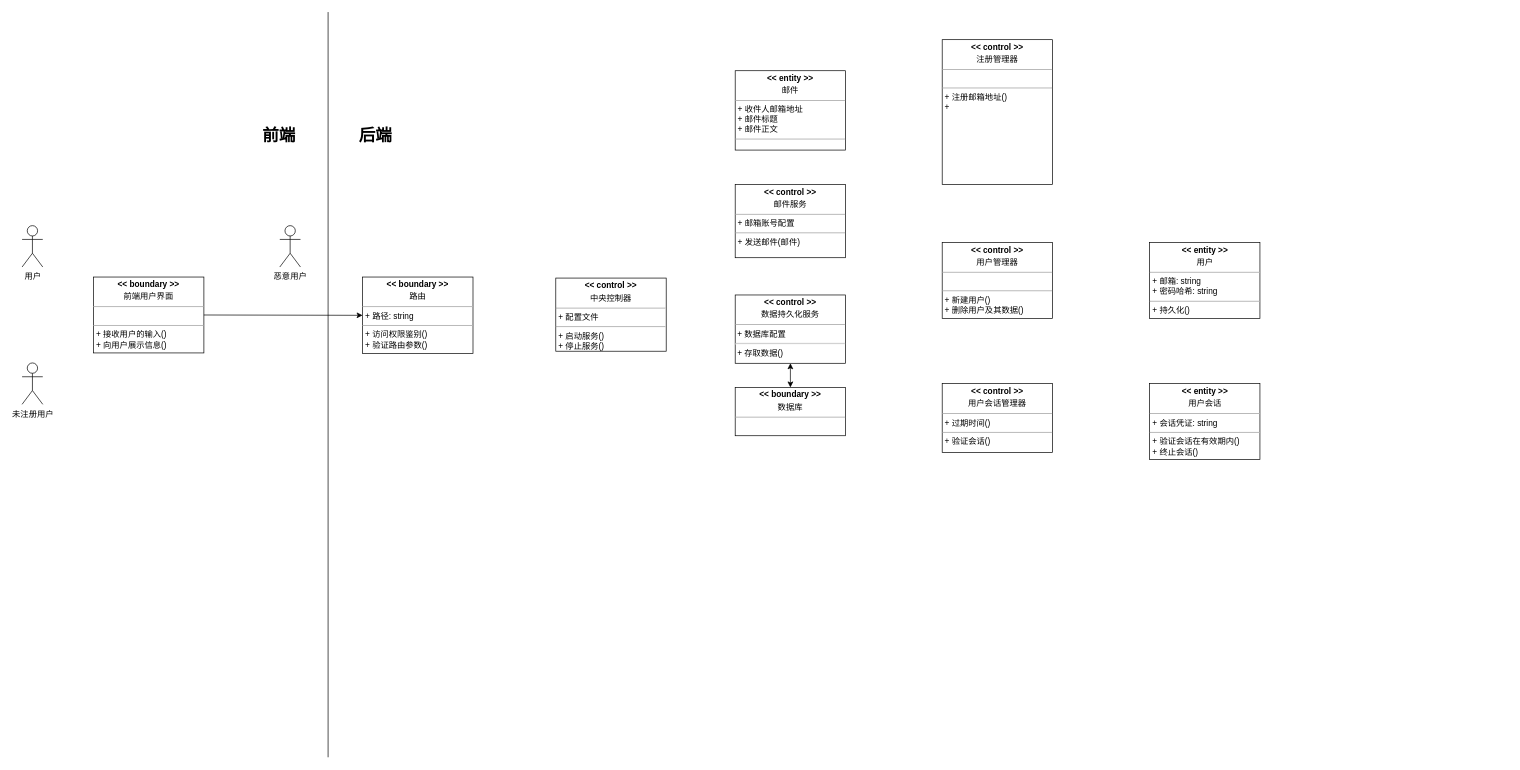
Earlier version of the draw.io diagram page "类图" (3 of 5) of 需求分析文档/UML图.drawio (super-dash/paperstack-design). Source tidied: cells renumbered, new cells numbered last; positions are measured from the earlier drawing's top-left corner, leaving out a move shared by most shapes. Both pictures are drawn from the tidied source at 69%, with x=0, y=0 at pixel (21, 12).
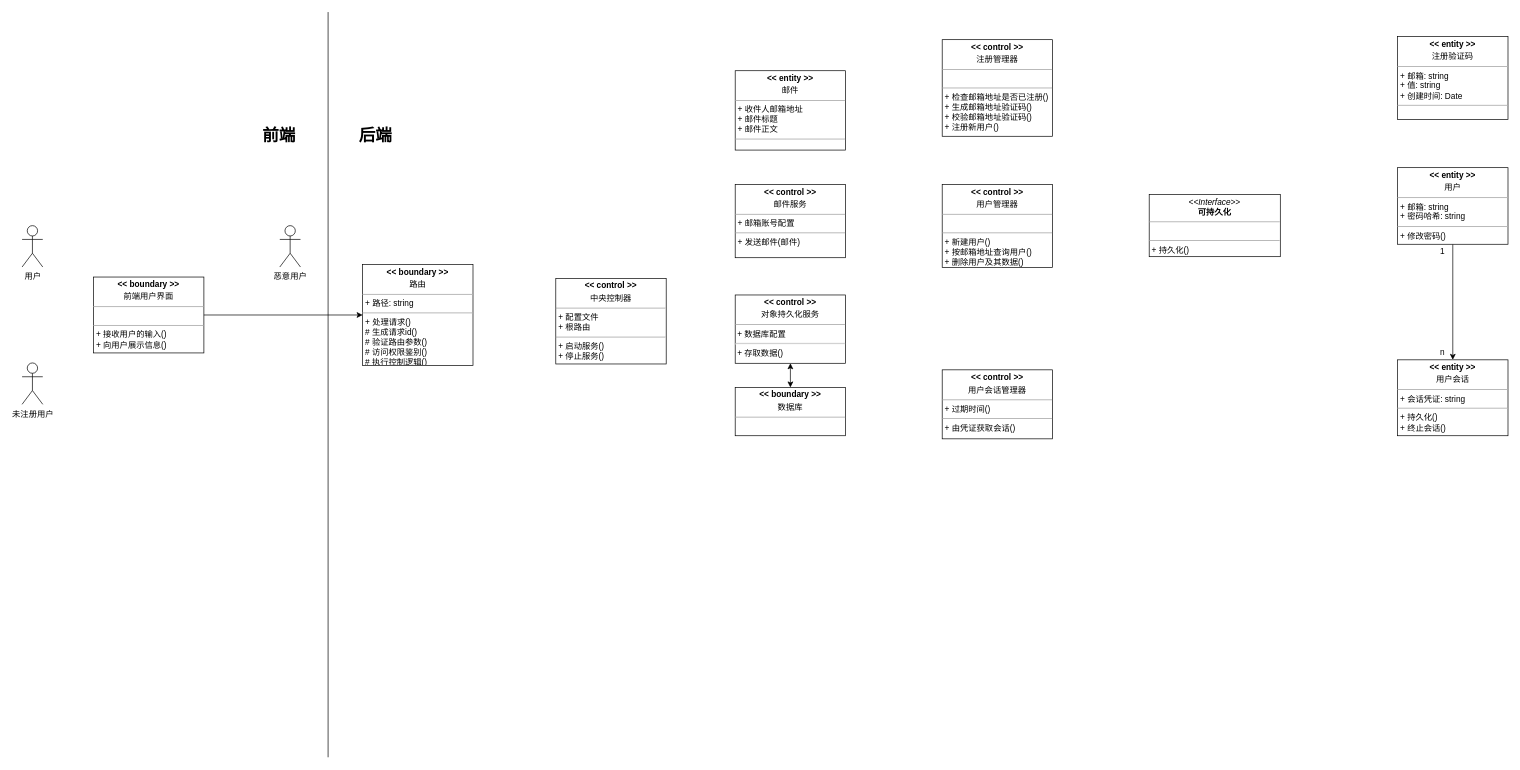
Above is the later version.

Diff of the diagram source:
```diff
@@
+    <mxCell id="22" style="edgeStyle=orthogonalEdgeStyle;rounded=0;jettySize=auto;html=1;exitX=0.5;exitY=1;exitDx=0;exitDy=0;entryX=0.5;entryY=0;entryDx=0;entryDy=0;" parent="1" edge="1" source="2" target="16">
+      <mxGeometry relative="1" as="geometry" />
+    </mxCell>
-    <mxCell id="2" value="&lt;p style=&quot;margin: 0px ; margin-top: 4px ; text-align: center&quot;&gt;&lt;b&gt;&amp;lt;&amp;lt; entity &amp;gt;&amp;gt;&lt;/b&gt;&lt;/p&gt;&lt;p style=&quot;margin: 0px ; margin-top: 4px ; text-align: center&quot;&gt;用户&lt;/p&gt;&lt;hr size=&quot;1&quot;&gt;&lt;p style=&quot;margin: 0px ; margin-left: 4px&quot;&gt;+ 邮箱: string&lt;/p&gt;&lt;p style=&quot;margin: 0px ; margin-left: 4px&quot;&gt;+ 密码哈希: string&lt;/p&gt;&lt;hr size=&quot;1&quot;&gt;&lt;p style=&quot;margin: 0px ; margin-left: 4px&quot;&gt;+ 持久化()&lt;/p&gt;" style="verticalAlign=top;align=left;overflow=fill;fontSize=12;fontFamily=Helvetica;html=1;" parent="1" vertex="1">
-      <mxGeometry x="1634.5" y="334" width="160" height="110" as="geometry" />
+    <mxCell id="2" value="&lt;p style=&quot;margin: 0px ; margin-top: 4px ; text-align: center&quot;&gt;&lt;b&gt;&amp;lt;&amp;lt; entity &amp;gt;&amp;gt;&lt;/b&gt;&lt;/p&gt;&lt;p style=&quot;margin: 0px ; margin-top: 4px ; text-align: center&quot;&gt;用户&lt;/p&gt;&lt;hr size=&quot;1&quot;&gt;&lt;p style=&quot;margin: 0px ; margin-left: 4px&quot;&gt;+ 邮箱: string&lt;/p&gt;&lt;p style=&quot;margin: 0px ; margin-left: 4px&quot;&gt;+ 密码哈希: string&lt;/p&gt;&lt;hr size=&quot;1&quot;&gt;&lt;p style=&quot;margin: 0px ; margin-left: 4px&quot;&gt;&lt;span&gt;+ 修改密码()&lt;/span&gt;&lt;br&gt;&lt;/p&gt;" style="verticalAlign=top;align=left;overflow=fill;fontSize=12;fontFamily=Helvetica;html=1;" parent="1" vertex="1">
+      <mxGeometry x="1994" y="225.5" width="160" height="111" as="geometry" />
     </mxCell>
@@
-    <mxCell id="4" value="&lt;p style=&quot;margin: 0px ; margin-top: 4px ; text-align: center&quot;&gt;&lt;b&gt;&amp;lt;&amp;lt; boundary &amp;gt;&amp;gt;&lt;/b&gt;&lt;/p&gt;&lt;p style=&quot;margin: 0px ; margin-top: 4px ; text-align: center&quot;&gt;路由&lt;/p&gt;&lt;hr size=&quot;1&quot;&gt;&lt;p style=&quot;margin: 0px ; margin-left: 4px&quot;&gt;+ 路径: string&lt;/p&gt;&lt;hr size=&quot;1&quot;&gt;&lt;p style=&quot;margin: 0px ; margin-left: 4px&quot;&gt;&lt;span&gt;+ 访问权限鉴别(&lt;/span&gt;&lt;span&gt;)&lt;/span&gt;&lt;/p&gt;&lt;p style=&quot;margin: 0px ; margin-left: 4px&quot;&gt;&lt;span&gt;+ 验证路由参数()&lt;/span&gt;&lt;/p&gt;" style="verticalAlign=top;align=left;overflow=fill;fontSize=12;fontFamily=Helvetica;html=1;" parent="1" vertex="1">
-      <mxGeometry x="494" y="384" width="160" height="111" as="geometry" />
+    <mxCell id="4" value="&lt;p style=&quot;margin: 0px ; margin-top: 4px ; text-align: center&quot;&gt;&lt;b&gt;&amp;lt;&amp;lt; boundary &amp;gt;&amp;gt;&lt;/b&gt;&lt;/p&gt;&lt;p style=&quot;margin: 0px ; margin-top: 4px ; text-align: center&quot;&gt;路由&lt;/p&gt;&lt;hr size=&quot;1&quot;&gt;&lt;p style=&quot;margin: 0px ; margin-left: 4px&quot;&gt;+ 路径: string&lt;/p&gt;&lt;hr size=&quot;1&quot;&gt;&lt;p style=&quot;margin: 0px ; margin-left: 4px&quot;&gt;+ 处理请求()&lt;span&gt;&lt;br&gt;&lt;/span&gt;&lt;/p&gt;&lt;p style=&quot;margin: 0px ; margin-left: 4px&quot;&gt;&lt;span&gt;# 生成请求id()&lt;/span&gt;&lt;/p&gt;&lt;p style=&quot;margin: 0px ; margin-left: 4px&quot;&gt;# 验证路由参数()&lt;span&gt;&lt;br&gt;&lt;/span&gt;&lt;/p&gt;&lt;p style=&quot;margin: 0px ; margin-left: 4px&quot;&gt;&lt;span&gt;# 访问权限鉴别(&lt;/span&gt;&lt;span&gt;)&lt;/span&gt;&lt;/p&gt;&lt;p style=&quot;margin: 0px ; margin-left: 4px&quot;&gt;# 执行控制逻辑()&lt;/p&gt;" style="verticalAlign=top;align=left;overflow=fill;fontSize=12;fontFamily=Helvetica;html=1;" parent="1" vertex="1">
+      <mxGeometry x="494" y="366" width="160" height="146" as="geometry" />
     </mxCell>
@@
-    <mxCell id="6" value="&lt;p style=&quot;margin: 0px ; margin-top: 4px ; text-align: center&quot;&gt;&lt;b&gt;&amp;lt;&amp;lt; control &amp;gt;&amp;gt;&lt;/b&gt;&lt;/p&gt;&lt;p style=&quot;margin: 0px ; margin-top: 4px ; text-align: center&quot;&gt;数据持久化服务&lt;/p&gt;&lt;hr size=&quot;1&quot;&gt;&amp;nbsp;+ 数据库配置&lt;br&gt;&lt;hr&gt;&amp;nbsp;+ 存取数据()" style="verticalAlign=top;align=left;overflow=fill;fontSize=12;fontFamily=Helvetica;html=1;" parent="1" vertex="1">
+    <mxCell id="6" value="&lt;p style=&quot;margin: 0px ; margin-top: 4px ; text-align: center&quot;&gt;&lt;b&gt;&amp;lt;&amp;lt; control &amp;gt;&amp;gt;&lt;/b&gt;&lt;/p&gt;&lt;p style=&quot;margin: 0px ; margin-top: 4px ; text-align: center&quot;&gt;对象持久化服务&lt;/p&gt;&lt;hr size=&quot;1&quot;&gt;&amp;nbsp;+ 数据库配置&lt;br&gt;&lt;hr&gt;&amp;nbsp;+ 存取数据()" style="verticalAlign=top;align=left;overflow=fill;fontSize=12;fontFamily=Helvetica;html=1;" parent="1" vertex="1">
       <mxGeometry x="1034" y="410" width="160" height="99" as="geometry" />
     </mxCell>
@@
-    <mxCell id="15" value="&lt;p style=&quot;margin: 0px ; margin-top: 4px ; text-align: center&quot;&gt;&lt;b&gt;&amp;lt;&amp;lt; control &amp;gt;&amp;gt;&lt;/b&gt;&lt;/p&gt;&lt;p style=&quot;margin: 0px ; margin-top: 4px ; text-align: center&quot;&gt;中央控制器&lt;/p&gt;&lt;hr size=&quot;1&quot;&gt;&lt;p style=&quot;margin: 0px ; margin-left: 4px&quot;&gt;+ 配置文件&lt;/p&gt;&lt;hr size=&quot;1&quot;&gt;&lt;p style=&quot;margin: 0px ; margin-left: 4px&quot;&gt;+ 启动服务()&lt;/p&gt;&lt;p style=&quot;margin: 0px ; margin-left: 4px&quot;&gt;+ 停止服务()&lt;/p&gt;" style="verticalAlign=top;align=left;overflow=fill;fontSize=12;fontFamily=Helvetica;html=1;" parent="1" vertex="1">
-      <mxGeometry x="774" y="385.5" width="160" height="106" as="geometry" />
+    <mxCell id="15" value="&lt;p style=&quot;margin: 0px ; margin-top: 4px ; text-align: center&quot;&gt;&lt;b&gt;&amp;lt;&amp;lt; control &amp;gt;&amp;gt;&lt;/b&gt;&lt;/p&gt;&lt;p style=&quot;margin: 0px ; margin-top: 4px ; text-align: center&quot;&gt;中央控制器&lt;/p&gt;&lt;hr size=&quot;1&quot;&gt;&lt;p style=&quot;margin: 0px ; margin-left: 4px&quot;&gt;+ 配置文件&lt;/p&gt;&lt;p style=&quot;margin: 0px ; margin-left: 4px&quot;&gt;+ 根路由&lt;/p&gt;&lt;hr size=&quot;1&quot;&gt;&lt;p style=&quot;margin: 0px ; margin-left: 4px&quot;&gt;+ 启动服务()&lt;/p&gt;&lt;p style=&quot;margin: 0px ; margin-left: 4px&quot;&gt;+ 停止服务()&lt;/p&gt;" style="verticalAlign=top;align=left;overflow=fill;fontSize=12;fontFamily=Helvetica;html=1;" parent="1" vertex="1">
+      <mxGeometry x="774" y="386" width="160" height="124" as="geometry" />
     </mxCell>
-    <mxCell id="16" value="&lt;p style=&quot;margin: 0px ; margin-top: 4px ; text-align: center&quot;&gt;&lt;b&gt;&amp;lt;&amp;lt; entity &amp;gt;&amp;gt;&lt;/b&gt;&lt;/p&gt;&lt;p style=&quot;margin: 0px ; margin-top: 4px ; text-align: center&quot;&gt;用户会话&lt;/p&gt;&lt;hr size=&quot;1&quot;&gt;&lt;p style=&quot;margin: 0px ; margin-left: 4px&quot;&gt;+ 会话凭证: string&lt;br&gt;&lt;/p&gt;&lt;hr size=&quot;1&quot;&gt;&lt;p style=&quot;margin: 0px ; margin-left: 4px&quot;&gt;+ 验证会话在有效期内()&lt;/p&gt;&lt;p style=&quot;margin: 0px ; margin-left: 4px&quot;&gt;+ 终止会话()&lt;/p&gt;" style="verticalAlign=top;align=left;overflow=fill;fontSize=12;fontFamily=Helvetica;html=1;" parent="1" vertex="1">
-      <mxGeometry x="1634.5" y="538.5" width="160" height="110" as="geometry" />
+    <mxCell id="16" value="&lt;p style=&quot;margin: 0px ; margin-top: 4px ; text-align: center&quot;&gt;&lt;b&gt;&amp;lt;&amp;lt; entity &amp;gt;&amp;gt;&lt;/b&gt;&lt;/p&gt;&lt;p style=&quot;margin: 0px ; margin-top: 4px ; text-align: center&quot;&gt;用户会话&lt;/p&gt;&lt;hr size=&quot;1&quot;&gt;&lt;p style=&quot;margin: 0px ; margin-left: 4px&quot;&gt;+ 会话凭证: string&lt;br&gt;&lt;/p&gt;&lt;hr size=&quot;1&quot;&gt;&lt;p style=&quot;margin: 0px ; margin-left: 4px&quot;&gt;+ 持久化()&lt;/p&gt;&lt;p style=&quot;margin: 0px ; margin-left: 4px&quot;&gt;+ 终止会话()&lt;/p&gt;" style="verticalAlign=top;align=left;overflow=fill;fontSize=12;fontFamily=Helvetica;html=1;" parent="1" vertex="1">
+      <mxGeometry x="1994" y="504" width="160" height="110" as="geometry" />
     </mxCell>
-    <mxCell id="17" value="&lt;p style=&quot;margin: 0px ; margin-top: 4px ; text-align: center&quot;&gt;&lt;b&gt;&amp;lt;&amp;lt; control &amp;gt;&amp;gt;&lt;/b&gt;&lt;/p&gt;&lt;p style=&quot;margin: 0px ; margin-top: 4px ; text-align: center&quot;&gt;用户会话管理器&lt;/p&gt;&lt;hr size=&quot;1&quot;&gt;&lt;p style=&quot;margin: 0px ; margin-left: 4px&quot;&gt;+ 过期时间()&lt;br&gt;&lt;/p&gt;&lt;hr size=&quot;1&quot;&gt;&lt;p style=&quot;margin: 0px ; margin-left: 4px&quot;&gt;&lt;span&gt;+ 验证会话()&lt;/span&gt;&lt;br&gt;&lt;/p&gt;" style="verticalAlign=top;align=left;overflow=fill;fontSize=12;fontFamily=Helvetica;html=1;" parent="1" vertex="1">
-      <mxGeometry x="1334" y="538.5" width="160" height="100" as="geometry" />
+    <mxCell id="17" value="&lt;p style=&quot;margin: 0px ; margin-top: 4px ; text-align: center&quot;&gt;&lt;b&gt;&amp;lt;&amp;lt; control &amp;gt;&amp;gt;&lt;/b&gt;&lt;/p&gt;&lt;p style=&quot;margin: 0px ; margin-top: 4px ; text-align: center&quot;&gt;用户会话管理器&lt;/p&gt;&lt;hr size=&quot;1&quot;&gt;&lt;p style=&quot;margin: 0px ; margin-left: 4px&quot;&gt;+ 过期时间()&lt;br&gt;&lt;/p&gt;&lt;hr size=&quot;1&quot;&gt;&lt;p style=&quot;margin: 0px ; margin-left: 4px&quot;&gt;&lt;span&gt;+ 由凭证获取会话()&lt;/span&gt;&lt;br&gt;&lt;/p&gt;" style="verticalAlign=top;align=left;overflow=fill;fontSize=12;fontFamily=Helvetica;html=1;" parent="1" vertex="1">
+      <mxGeometry x="1334" y="518.5" width="160" height="100" as="geometry" />
     </mxCell>
-    <mxCell id="18" value="&lt;p style=&quot;margin: 0px ; margin-top: 4px ; text-align: center&quot;&gt;&lt;b&gt;&amp;lt;&amp;lt; control &amp;gt;&amp;gt;&lt;/b&gt;&lt;/p&gt;&lt;p style=&quot;margin: 0px ; margin-top: 4px ; text-align: center&quot;&gt;用户管理器&lt;/p&gt;&lt;hr size=&quot;1&quot;&gt;&lt;p style=&quot;margin: 0px ; margin-left: 4px&quot;&gt;&lt;br&gt;&lt;/p&gt;&lt;hr size=&quot;1&quot;&gt;&lt;p style=&quot;margin: 0px ; margin-left: 4px&quot;&gt;&lt;span&gt;+ 新建用户()&lt;/span&gt;&lt;br&gt;&lt;/p&gt;&lt;p style=&quot;margin: 0px ; margin-left: 4px&quot;&gt;&lt;span&gt;+ 删除用户及其数据()&lt;/span&gt;&lt;/p&gt;" style="verticalAlign=top;align=left;overflow=fill;fontSize=12;fontFamily=Helvetica;html=1;" parent="1" vertex="1">
-      <mxGeometry x="1334" y="334" width="160" height="110" as="geometry" />
+    <mxCell id="18" value="&lt;p style=&quot;margin: 0px ; margin-top: 4px ; text-align: center&quot;&gt;&lt;b&gt;&amp;lt;&amp;lt; control &amp;gt;&amp;gt;&lt;/b&gt;&lt;/p&gt;&lt;p style=&quot;margin: 0px ; margin-top: 4px ; text-align: center&quot;&gt;用户管理器&lt;/p&gt;&lt;hr size=&quot;1&quot;&gt;&lt;p style=&quot;margin: 0px ; margin-left: 4px&quot;&gt;&lt;br&gt;&lt;/p&gt;&lt;hr size=&quot;1&quot;&gt;&lt;p style=&quot;margin: 0px ; margin-left: 4px&quot;&gt;&lt;span&gt;+ 新建用户()&lt;/span&gt;&lt;/p&gt;&lt;p style=&quot;margin: 0px ; margin-left: 4px&quot;&gt;&lt;span&gt;+ 按邮箱地址查询用户()&lt;/span&gt;&lt;/p&gt;&lt;p style=&quot;margin: 0px ; margin-left: 4px&quot;&gt;&lt;span&gt;+ 删除用户及其数据()&lt;/span&gt;&lt;/p&gt;" style="verticalAlign=top;align=left;overflow=fill;fontSize=12;fontFamily=Helvetica;html=1;" parent="1" vertex="1">
+      <mxGeometry x="1334" y="250" width="160" height="120" as="geometry" />
     </mxCell>
@@
-    <mxCell id="21" value="&lt;p style=&quot;margin: 0px ; margin-top: 4px ; text-align: center&quot;&gt;&lt;b&gt;&amp;lt;&amp;lt; control &amp;gt;&amp;gt;&lt;/b&gt;&lt;/p&gt;&lt;p style=&quot;margin: 0px ; margin-top: 4px ; text-align: center&quot;&gt;注册管理器&lt;/p&gt;&lt;hr size=&quot;1&quot;&gt;&lt;p style=&quot;margin: 0px ; margin-left: 4px&quot;&gt;&lt;br&gt;&lt;/p&gt;&lt;hr size=&quot;1&quot;&gt;&lt;p style=&quot;margin: 0px ; margin-left: 4px&quot;&gt;&lt;span&gt;+ 注册邮箱地址()&lt;/span&gt;&lt;br&gt;&lt;/p&gt;&lt;p style=&quot;margin: 0px ; margin-left: 4px&quot;&gt;&lt;span&gt;+&amp;nbsp;&lt;/span&gt;&lt;/p&gt;" style="verticalAlign=top;align=left;overflow=fill;fontSize=12;fontFamily=Helvetica;html=1;" parent="1" vertex="1">
-      <mxGeometry x="1334" y="40" width="160" height="210" as="geometry" />
+    <mxCell id="21" value="&lt;p style=&quot;margin: 0px ; margin-top: 4px ; text-align: center&quot;&gt;&lt;b&gt;&amp;lt;&amp;lt; control &amp;gt;&amp;gt;&lt;/b&gt;&lt;/p&gt;&lt;p style=&quot;margin: 0px ; margin-top: 4px ; text-align: center&quot;&gt;注册管理器&lt;/p&gt;&lt;hr size=&quot;1&quot;&gt;&lt;p style=&quot;margin: 0px ; margin-left: 4px&quot;&gt;&lt;br&gt;&lt;/p&gt;&lt;hr size=&quot;1&quot;&gt;&lt;p style=&quot;margin: 0px ; margin-left: 4px&quot;&gt;+ 检查邮箱地址是否已注册()&lt;span&gt;&lt;br&gt;&lt;/span&gt;&lt;/p&gt;&lt;p style=&quot;margin: 0px ; margin-left: 4px&quot;&gt;&lt;span&gt;+ 生成邮箱地址验证码()&lt;/span&gt;&lt;/p&gt;&lt;p style=&quot;margin: 0px ; margin-left: 4px&quot;&gt;&lt;span&gt;+ 校验邮箱地址验证码()&lt;/span&gt;&lt;/p&gt;&lt;p style=&quot;margin: 0px ; margin-left: 4px&quot;&gt;&lt;span&gt;+ 注册新用户()&lt;/span&gt;&lt;/p&gt;" style="verticalAlign=top;align=left;overflow=fill;fontSize=12;fontFamily=Helvetica;html=1;" parent="1" vertex="1">
+      <mxGeometry x="1334" y="40" width="160" height="140" as="geometry" />
     </mxCell>
+    <mxCell id="23" value="&lt;p style=&quot;margin: 0px ; margin-top: 4px ; text-align: center&quot;&gt;&lt;b&gt;&amp;lt;&amp;lt; entity &amp;gt;&amp;gt;&lt;/b&gt;&lt;/p&gt;&lt;p style=&quot;margin: 0px ; margin-top: 4px ; text-align: center&quot;&gt;注册验证码&lt;/p&gt;&lt;hr size=&quot;1&quot;&gt;&lt;p style=&quot;margin: 0px ; margin-left: 4px&quot;&gt;+ 邮箱: string&lt;/p&gt;&lt;p style=&quot;margin: 0px ; margin-left: 4px&quot;&gt;+ 值: string&lt;/p&gt;&lt;p style=&quot;margin: 0px ; margin-left: 4px&quot;&gt;+ 创建时间: Date&lt;/p&gt;&lt;hr size=&quot;1&quot;&gt;&lt;p style=&quot;margin: 0px ; margin-left: 4px&quot;&gt;&lt;br&gt;&lt;/p&gt;" style="verticalAlign=top;align=left;overflow=fill;fontSize=12;fontFamily=Helvetica;html=1;" parent="1" vertex="1">
+      <mxGeometry x="1994" y="35.5" width="160" height="120" as="geometry" />
+    </mxCell>
+    <mxCell id="24" value="1" style="text;html=1;align=left;verticalAlign=top;spacingTop=-4;" parent="1" vertex="1">
+      <mxGeometry x="2054" y="336.5" width="20" height="20" as="geometry" />
+    </mxCell>
+    <mxCell id="25" value="n" style="text;html=1;align=left;verticalAlign=top;spacingTop=-4;" parent="1" vertex="1">
+      <mxGeometry x="2054" y="484" width="20" height="20" as="geometry" />
+    </mxCell>
+    <mxCell id="26" value="&lt;p style=&quot;margin: 0px ; margin-top: 4px ; text-align: center&quot;&gt;&lt;i&gt;&amp;lt;&amp;lt;Interface&amp;gt;&amp;gt;&lt;/i&gt;&lt;br&gt;&lt;b&gt;可持久化&lt;/b&gt;&lt;/p&gt;&lt;hr size=&quot;1&quot;&gt;&lt;p style=&quot;margin: 0px ; margin-left: 4px&quot;&gt;&lt;br&gt;&lt;/p&gt;&lt;hr size=&quot;1&quot;&gt;&lt;p style=&quot;margin: 0px ; margin-left: 4px&quot;&gt;+ 持久化()&lt;/p&gt;" style="verticalAlign=top;align=left;overflow=fill;fontSize=12;fontFamily=Helvetica;html=1;" parent="1" vertex="1">
+      <mxGeometry x="1634" y="264.5" width="190" height="90" as="geometry" />
+    </mxCell>
```
